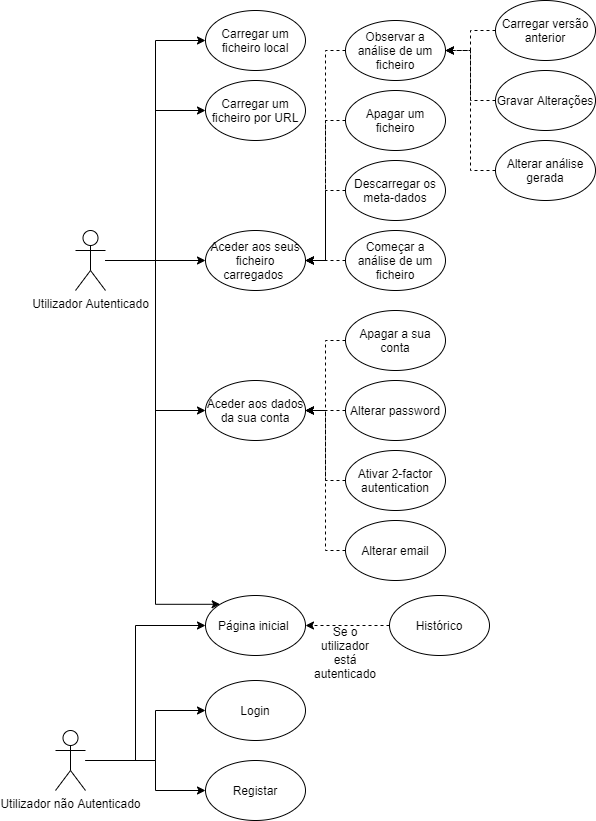
The draw.io diagram imagesRelatorio/usecases.png in DuarteFelicio/DataAnnotation, before a commit. Source tidied: cells renumbered, new cells last; positions are measured from the earlier drawing's top-left corner, leaving out a move shared by most shapes. Source of this version:
```xml
<mxGraphModel>
  <root>
    <mxCell id="0" />
    <mxCell id="1" parent="0" />
    <mxCell id="2" style="edgeStyle=orthogonalEdgeStyle;rounded=0;jettySize=auto;html=1;entryX=0;entryY=0.5;entryDx=0;entryDy=0;" parent="1" edge="1" source="7" target="30">
      <mxGeometry relative="1" as="geometry" />
    </mxCell>
    <mxCell id="3" style="edgeStyle=orthogonalEdgeStyle;rounded=0;jettySize=auto;html=1;entryX=0;entryY=0.5;entryDx=0;entryDy=0;" parent="1" edge="1" source="7" target="29">
      <mxGeometry relative="1" as="geometry" />
    </mxCell>
    <mxCell id="4" style="edgeStyle=orthogonalEdgeStyle;rounded=0;jettySize=auto;html=1;entryX=0;entryY=0.5;entryDx=0;entryDy=0;" parent="1" edge="1" source="7" target="15">
      <mxGeometry relative="1" as="geometry" />
    </mxCell>
    <mxCell id="5" style="edgeStyle=orthogonalEdgeStyle;rounded=0;jettySize=auto;html=1;entryX=0;entryY=0.5;entryDx=0;entryDy=0;" parent="1" edge="1" source="7" target="33">
      <mxGeometry relative="1" as="geometry" />
    </mxCell>
    <mxCell id="6" style="edgeStyle=orthogonalEdgeStyle;rounded=0;jettySize=auto;html=1;entryX=0;entryY=0;entryDx=0;entryDy=0;" parent="1" edge="1" source="7" target="40">
      <mxGeometry relative="1" as="geometry">
        <Array as="points">
          <mxPoint x="100" y="260" />
          <mxPoint x="100" y="604" />
        </Array>
      </mxGeometry>
    </mxCell>
    <mxCell id="7" value="Utilizador Autenticado" style="shape=umlActor;verticalLabelPosition=bottom;labelBackgroundColor=#ffffff;verticalAlign=top;html=1;outlineConnect=0;" parent="1" vertex="1">
      <mxGeometry x="20" y="230" width="30" height="60" as="geometry" />
    </mxCell>
    <mxCell id="8" style="edgeStyle=orthogonalEdgeStyle;rounded=0;jettySize=auto;html=1;entryX=0;entryY=0.5;entryDx=0;entryDy=0;" parent="1" edge="1" source="11" target="12">
      <mxGeometry relative="1" as="geometry">
        <Array as="points">
          <mxPoint x="100" y="760" />
          <mxPoint x="100" y="710" />
        </Array>
      </mxGeometry>
    </mxCell>
    <mxCell id="9" style="edgeStyle=orthogonalEdgeStyle;rounded=0;jettySize=auto;html=1;entryX=0;entryY=0.5;entryDx=0;entryDy=0;" parent="1" edge="1" source="11" target="40">
      <mxGeometry relative="1" as="geometry">
        <Array as="points">
          <mxPoint x="80" y="760" />
          <mxPoint x="80" y="625" />
        </Array>
      </mxGeometry>
    </mxCell>
    <mxCell id="10" style="edgeStyle=orthogonalEdgeStyle;rounded=0;jettySize=auto;html=1;entryX=0;entryY=0.5;entryDx=0;entryDy=0;" parent="1" edge="1" source="11" target="16">
      <mxGeometry relative="1" as="geometry">
        <Array as="points">
          <mxPoint x="100" y="760" />
          <mxPoint x="100" y="790" />
        </Array>
      </mxGeometry>
    </mxCell>
    <mxCell id="11" value="Utilizador não Autenticado" style="shape=umlActor;verticalLabelPosition=bottom;labelBackgroundColor=#ffffff;verticalAlign=top;html=1;outlineConnect=0;" parent="1" vertex="1">
      <mxGeometry y="730" width="30" height="60" as="geometry" />
    </mxCell>
    <mxCell id="12" value="Login" style="ellipse;whiteSpace=wrap;html=1;" parent="1" vertex="1">
      <mxGeometry x="150" y="680" width="100" height="60" as="geometry" />
    </mxCell>
    <mxCell id="13" style="edgeStyle=orthogonalEdgeStyle;rounded=0;jettySize=auto;html=1;entryX=1;entryY=0.5;entryDx=0;entryDy=0;dashed=1;" parent="1" edge="1" source="14" target="30">
      <mxGeometry relative="1" as="geometry" />
    </mxCell>
    <mxCell id="14" value="Começar a análise de um ficheiro" style="ellipse;whiteSpace=wrap;html=1;" parent="1" vertex="1">
      <mxGeometry x="290" y="230" width="100" height="60" as="geometry" />
    </mxCell>
    <mxCell id="15" value="Carregar um ficheiro local" style="ellipse;whiteSpace=wrap;html=1;" parent="1" vertex="1">
      <mxGeometry x="150" y="10" width="100" height="60" as="geometry" />
    </mxCell>
    <mxCell id="16" value="Registar" style="ellipse;whiteSpace=wrap;html=1;" parent="1" vertex="1">
      <mxGeometry x="150" y="760" width="100" height="60" as="geometry" />
    </mxCell>
    <mxCell id="17" style="edgeStyle=orthogonalEdgeStyle;rounded=0;jettySize=auto;html=1;entryX=1;entryY=0.5;entryDx=0;entryDy=0;dashed=1;" parent="1" edge="1" source="18" target="30">
      <mxGeometry relative="1" as="geometry" />
    </mxCell>
    <mxCell id="18" value="Apagar um ficheiro" style="ellipse;whiteSpace=wrap;html=1;" parent="1" vertex="1">
      <mxGeometry x="290" y="90" width="100" height="60" as="geometry" />
    </mxCell>
    <mxCell id="19" style="edgeStyle=orthogonalEdgeStyle;rounded=0;jettySize=auto;html=1;entryX=1;entryY=0.5;entryDx=0;entryDy=0;dashed=1;" parent="1" edge="1" source="20" target="30">
      <mxGeometry relative="1" as="geometry" />
    </mxCell>
    <mxCell id="20" value="Descarregar os meta-dados" style="ellipse;whiteSpace=wrap;html=1;" parent="1" vertex="1">
      <mxGeometry x="290" y="160" width="100" height="60" as="geometry" />
    </mxCell>
    <mxCell id="21" style="edgeStyle=orthogonalEdgeStyle;rounded=0;jettySize=auto;html=1;entryX=1;entryY=0.5;entryDx=0;entryDy=0;dashed=1;" parent="1" edge="1" source="22" target="30">
      <mxGeometry relative="1" as="geometry" />
    </mxCell>
    <mxCell id="22" value="Observar a análise de um ficheiro" style="ellipse;whiteSpace=wrap;html=1;" parent="1" vertex="1">
      <mxGeometry x="290" y="20" width="100" height="60" as="geometry" />
    </mxCell>
    <mxCell id="23" style="edgeStyle=orthogonalEdgeStyle;rounded=0;jettySize=auto;html=1;entryX=1;entryY=0.5;entryDx=0;entryDy=0;dashed=1;" parent="1" edge="1" source="24" target="22">
      <mxGeometry relative="1" as="geometry" />
    </mxCell>
    <mxCell id="24" value="Gravar Alterações" style="ellipse;whiteSpace=wrap;html=1;" parent="1" vertex="1">
      <mxGeometry x="440" y="70" width="100" height="60" as="geometry" />
    </mxCell>
    <mxCell id="25" style="edgeStyle=orthogonalEdgeStyle;rounded=0;jettySize=auto;html=1;entryX=1;entryY=0.5;entryDx=0;entryDy=0;dashed=1;" parent="1" edge="1" source="26" target="22">
      <mxGeometry relative="1" as="geometry" />
    </mxCell>
    <mxCell id="26" value="Alterar análise gerada" style="ellipse;whiteSpace=wrap;html=1;" parent="1" vertex="1">
      <mxGeometry x="440" y="140" width="100" height="60" as="geometry" />
    </mxCell>
    <mxCell id="27" style="edgeStyle=orthogonalEdgeStyle;rounded=0;jettySize=auto;html=1;entryX=1;entryY=0.5;entryDx=0;entryDy=0;dashed=1;" parent="1" edge="1" source="28" target="22">
      <mxGeometry relative="1" as="geometry" />
    </mxCell>
    <mxCell id="28" value="Carregar versão anterior" style="ellipse;whiteSpace=wrap;html=1;" parent="1" vertex="1">
      <mxGeometry x="440" width="100" height="60" as="geometry" />
    </mxCell>
    <mxCell id="29" value="Carregar um ficheiro por URL" style="ellipse;whiteSpace=wrap;html=1;" parent="1" vertex="1">
      <mxGeometry x="150" y="80" width="100" height="60" as="geometry" />
    </mxCell>
    <mxCell id="30" value="Aceder aos seus ficheiro carregados&amp;nbsp;" style="ellipse;whiteSpace=wrap;html=1;" parent="1" vertex="1">
      <mxGeometry x="150" y="230" width="100" height="60" as="geometry" />
    </mxCell>
    <mxCell id="31" style="edgeStyle=orthogonalEdgeStyle;rounded=0;jettySize=auto;html=1;dashed=1;" parent="1" edge="1" source="32">
      <mxGeometry relative="1" as="geometry">
        <mxPoint x="250" y="410" as="targetPoint" />
      </mxGeometry>
    </mxCell>
    <mxCell id="32" value="Alterar password" style="ellipse;whiteSpace=wrap;html=1;" parent="1" vertex="1">
      <mxGeometry x="290" y="380" width="100" height="60" as="geometry" />
    </mxCell>
    <mxCell id="33" value="Aceder aos dados da sua conta" style="ellipse;whiteSpace=wrap;html=1;" parent="1" vertex="1">
      <mxGeometry x="150" y="380" width="100" height="60" as="geometry" />
    </mxCell>
    <mxCell id="34" style="edgeStyle=orthogonalEdgeStyle;rounded=0;jettySize=auto;html=1;entryX=1;entryY=0.5;entryDx=0;entryDy=0;dashed=1;" parent="1" edge="1" source="35" target="33">
      <mxGeometry relative="1" as="geometry" />
    </mxCell>
    <mxCell id="35" value="Apagar a sua conta" style="ellipse;whiteSpace=wrap;html=1;" parent="1" vertex="1">
      <mxGeometry x="290" y="310" width="100" height="60" as="geometry" />
    </mxCell>
    <mxCell id="36" style="edgeStyle=orthogonalEdgeStyle;rounded=0;jettySize=auto;html=1;entryX=1;entryY=0.5;entryDx=0;entryDy=0;dashed=1;" parent="1" edge="1" source="37" target="33">
      <mxGeometry relative="1" as="geometry" />
    </mxCell>
    <mxCell id="37" value="Ativar 2-factor autentication" style="ellipse;whiteSpace=wrap;html=1;" parent="1" vertex="1">
      <mxGeometry x="290" y="450" width="100" height="60" as="geometry" />
    </mxCell>
    <mxCell id="38" style="edgeStyle=orthogonalEdgeStyle;rounded=0;jettySize=auto;html=1;entryX=1;entryY=0.5;entryDx=0;entryDy=0;dashed=1;" parent="1" edge="1" source="39" target="33">
      <mxGeometry relative="1" as="geometry" />
    </mxCell>
    <mxCell id="39" value="Alterar email" style="ellipse;whiteSpace=wrap;html=1;" parent="1" vertex="1">
      <mxGeometry x="290" y="520" width="100" height="60" as="geometry" />
    </mxCell>
    <mxCell id="40" value="Página inicial&amp;nbsp;" style="ellipse;whiteSpace=wrap;html=1;" parent="1" vertex="1">
      <mxGeometry x="150" y="595" width="100" height="60" as="geometry" />
    </mxCell>
    <mxCell id="41" style="edgeStyle=orthogonalEdgeStyle;rounded=0;jettySize=auto;html=1;entryX=1;entryY=0.5;entryDx=0;entryDy=0;dashed=1;" parent="1" edge="1" source="42" target="40">
      <mxGeometry relative="1" as="geometry" />
    </mxCell>
    <mxCell id="42" value="Histórico" style="ellipse;whiteSpace=wrap;html=1;" parent="1" vertex="1">
      <mxGeometry x="334" y="595" width="100" height="60" as="geometry" />
    </mxCell>
    <mxCell id="43" value="Se o utilizador está autenticado" style="text;html=1;strokeColor=none;fillColor=none;align=center;verticalAlign=middle;whiteSpace=wrap;rounded=0;" parent="1" vertex="1">
      <mxGeometry x="270" y="642" width="40" height="20" as="geometry" />
    </mxCell>
  </root>
</mxGraphModel>
```
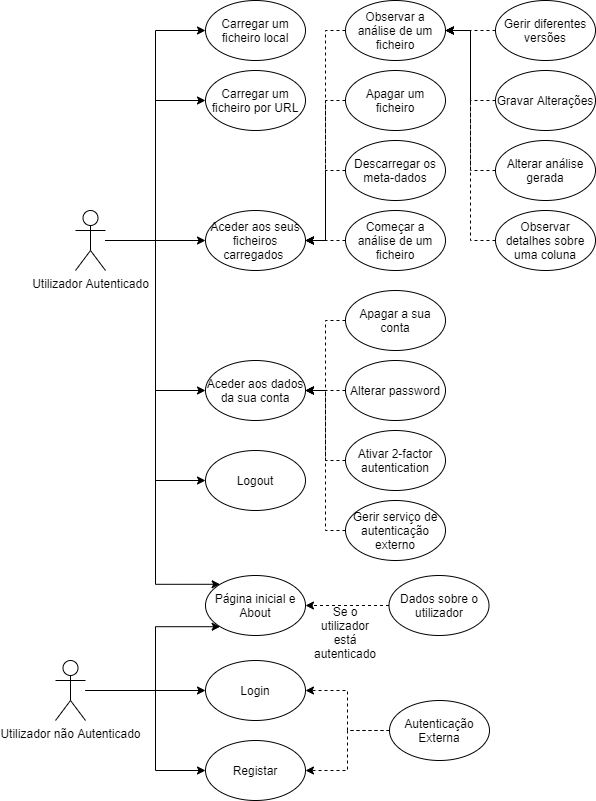
After the commit.

Diff of the diagram source:
```diff
@@ -26,31 +26,10 @@
       <mxGeometry x="20" y="230" width="30" height="60" as="geometry" />
     </mxCell>
     <mxCell id="8" style="edgeStyle=orthogonalEdgeStyle;rounded=0;jettySize=auto;html=1;entryX=0;entryY=0.5;entryDx=0;entryDy=0;" parent="1" edge="1" source="11" target="12">
-      <mxGeometry relative="1" as="geometry">
-        <Array as="points">
-          <mxPoint x="100" y="760" />
-          <mxPoint x="100" y="710" />
-        </Array>
-      </mxGeometry>
+      <mxGeometry relative="1" as="geometry" />
     </mxCell>
-    <mxCell id="9" style="edgeStyle=orthogonalEdgeStyle;rounded=0;jettySize=auto;html=1;entryX=0;entryY=0.5;entryDx=0;entryDy=0;" parent="1" edge="1" source="11" target="40">
-      <mxGeometry relative="1" as="geometry">
-        <Array as="points">
-          <mxPoint x="80" y="760" />
-          <mxPoint x="80" y="625" />
-        </Array>
-      </mxGeometry>
-    </mxCell>
-    <mxCell id="10" style="edgeStyle=orthogonalEdgeStyle;rounded=0;jettySize=auto;html=1;entryX=0;entryY=0.5;entryDx=0;entryDy=0;" parent="1" edge="1" source="11" target="16">
-      <mxGeometry relative="1" as="geometry">
-        <Array as="points">
-          <mxPoint x="100" y="760" />
-          <mxPoint x="100" y="790" />
-        </Array>
-      </mxGeometry>
-    </mxCell>
     <mxCell id="11" value="Utilizador não Autenticado" style="shape=umlActor;verticalLabelPosition=bottom;labelBackgroundColor=#ffffff;verticalAlign=top;html=1;outlineConnect=0;" parent="1" vertex="1">
-      <mxGeometry y="730" width="30" height="60" as="geometry" />
+      <mxGeometry y="680" width="30" height="60" as="geometry" />
     </mxCell>
     <mxCell id="12" value="Login" style="ellipse;whiteSpace=wrap;html=1;" parent="1" vertex="1">
       <mxGeometry x="150" y="680" width="100" height="60" as="geometry" />
@@ -62,7 +41,7 @@
       <mxGeometry x="290" y="230" width="100" height="60" as="geometry" />
     </mxCell>
     <mxCell id="15" value="Carregar um ficheiro local" style="ellipse;whiteSpace=wrap;html=1;" parent="1" vertex="1">
-      <mxGeometry x="150" y="10" width="100" height="60" as="geometry" />
+      <mxGeometry x="150" y="20" width="100" height="60" as="geometry" />
     </mxCell>
     <mxCell id="16" value="Registar" style="ellipse;whiteSpace=wrap;html=1;" parent="1" vertex="1">
       <mxGeometry x="150" y="760" width="100" height="60" as="geometry" />
@@ -89,24 +68,24 @@
       <mxGeometry relative="1" as="geometry" />
     </mxCell>
     <mxCell id="24" value="Gravar Alterações" style="ellipse;whiteSpace=wrap;html=1;" parent="1" vertex="1">
-      <mxGeometry x="440" y="70" width="100" height="60" as="geometry" />
+      <mxGeometry x="440" y="90" width="100" height="60" as="geometry" />
     </mxCell>
     <mxCell id="25" style="edgeStyle=orthogonalEdgeStyle;rounded=0;jettySize=auto;html=1;entryX=1;entryY=0.5;entryDx=0;entryDy=0;dashed=1;" parent="1" edge="1" source="26" target="22">
       <mxGeometry relative="1" as="geometry" />
     </mxCell>
     <mxCell id="26" value="Alterar análise gerada" style="ellipse;whiteSpace=wrap;html=1;" parent="1" vertex="1">
-      <mxGeometry x="440" y="140" width="100" height="60" as="geometry" />
+      <mxGeometry x="440" y="160" width="100" height="60" as="geometry" />
     </mxCell>
     <mxCell id="27" style="edgeStyle=orthogonalEdgeStyle;rounded=0;jettySize=auto;html=1;entryX=1;entryY=0.5;entryDx=0;entryDy=0;dashed=1;" parent="1" edge="1" source="28" target="22">
       <mxGeometry relative="1" as="geometry" />
     </mxCell>
-    <mxCell id="28" value="Carregar versão anterior" style="ellipse;whiteSpace=wrap;html=1;" parent="1" vertex="1">
-      <mxGeometry x="440" width="100" height="60" as="geometry" />
+    <mxCell id="28" value="Gerir diferentes versões" style="ellipse;whiteSpace=wrap;html=1;" parent="1" vertex="1">
+      <mxGeometry x="440" y="20" width="100" height="60" as="geometry" />
     </mxCell>
     <mxCell id="29" value="Carregar um ficheiro por URL" style="ellipse;whiteSpace=wrap;html=1;" parent="1" vertex="1">
-      <mxGeometry x="150" y="80" width="100" height="60" as="geometry" />
+      <mxGeometry x="150" y="90" width="100" height="60" as="geometry" />
     </mxCell>
-    <mxCell id="30" value="Aceder aos seus ficheiro carregados&amp;nbsp;" style="ellipse;whiteSpace=wrap;html=1;" parent="1" vertex="1">
+    <mxCell id="30" value="Aceder aos seus ficheiros carregados&amp;nbsp;" style="ellipse;whiteSpace=wrap;html=1;" parent="1" vertex="1">
       <mxGeometry x="150" y="230" width="100" height="60" as="geometry" />
     </mxCell>
     <mxCell id="31" style="edgeStyle=orthogonalEdgeStyle;rounded=0;jettySize=auto;html=1;dashed=1;" parent="1" edge="1" source="32">
@@ -135,20 +114,58 @@
     <mxCell id="38" style="edgeStyle=orthogonalEdgeStyle;rounded=0;jettySize=auto;html=1;entryX=1;entryY=0.5;entryDx=0;entryDy=0;dashed=1;" parent="1" edge="1" source="39" target="33">
       <mxGeometry relative="1" as="geometry" />
     </mxCell>
-    <mxCell id="39" value="Alterar email" style="ellipse;whiteSpace=wrap;html=1;" parent="1" vertex="1">
+    <mxCell id="39" value="Gerir serviço de autenticação externo" style="ellipse;whiteSpace=wrap;html=1;" parent="1" vertex="1">
       <mxGeometry x="290" y="520" width="100" height="60" as="geometry" />
     </mxCell>
-    <mxCell id="40" value="Página inicial&amp;nbsp;" style="ellipse;whiteSpace=wrap;html=1;" parent="1" vertex="1">
+    <mxCell id="40" value="Página inicial e About" style="ellipse;whiteSpace=wrap;html=1;" parent="1" vertex="1">
       <mxGeometry x="150" y="595" width="100" height="60" as="geometry" />
     </mxCell>
     <mxCell id="41" style="edgeStyle=orthogonalEdgeStyle;rounded=0;jettySize=auto;html=1;entryX=1;entryY=0.5;entryDx=0;entryDy=0;dashed=1;" parent="1" edge="1" source="42" target="40">
       <mxGeometry relative="1" as="geometry" />
     </mxCell>
-    <mxCell id="42" value="Histórico" style="ellipse;whiteSpace=wrap;html=1;" parent="1" vertex="1">
-      <mxGeometry x="334" y="595" width="100" height="60" as="geometry" />
+    <mxCell id="42" value="Dados sobre o utilizador" style="ellipse;whiteSpace=wrap;html=1;" parent="1" vertex="1">
+      <mxGeometry x="333.5" y="595" width="100" height="60" as="geometry" />
     </mxCell>
     <mxCell id="43" value="Se o utilizador está autenticado" style="text;html=1;strokeColor=none;fillColor=none;align=center;verticalAlign=middle;whiteSpace=wrap;rounded=0;" parent="1" vertex="1">
       <mxGeometry x="270" y="642" width="40" height="20" as="geometry" />
     </mxCell>
+    <mxCell id="44" style="edgeStyle=orthogonalEdgeStyle;rounded=0;jettySize=auto;html=1;entryX=1;entryY=0.5;entryDx=0;entryDy=0;dashed=1;exitX=0;exitY=0.5;exitDx=0;exitDy=0;" parent="1" edge="1" source="45" target="22">
+      <mxGeometry relative="1" as="geometry" />
+    </mxCell>
+    <mxCell id="45" value="Observar detalhes sobre uma coluna" style="ellipse;whiteSpace=wrap;html=1;" parent="1" vertex="1">
+      <mxGeometry x="440" y="230" width="100" height="60" as="geometry" />
+    </mxCell>
+    <mxCell id="46" value="Logout" style="ellipse;whiteSpace=wrap;html=1;" parent="1" vertex="1">
+      <mxGeometry x="150" y="470" width="100" height="60" as="geometry" />
+    </mxCell>
+    <mxCell id="47" style="edgeStyle=orthogonalEdgeStyle;rounded=0;jettySize=auto;html=1;entryX=0;entryY=0.5;entryDx=0;entryDy=0;" parent="1" edge="1" source="7" target="46">
+      <mxGeometry relative="1" as="geometry" />
+    </mxCell>
+    <mxCell id="9" style="edgeStyle=orthogonalEdgeStyle;rounded=0;jettySize=auto;html=1;entryX=0;entryY=1;entryDx=0;entryDy=0;" parent="1" edge="1" source="11" target="40">
+      <mxGeometry relative="1" as="geometry">
+        <Array as="points">
+          <mxPoint x="100" y="710" />
+          <mxPoint x="100" y="646" />
+        </Array>
+      </mxGeometry>
+    </mxCell>
+    <mxCell id="48" style="edgeStyle=orthogonalEdgeStyle;rounded=0;jettySize=auto;html=1;entryX=0;entryY=0.5;entryDx=0;entryDy=0;" parent="1" edge="1" target="16">
+      <mxGeometry relative="1" as="geometry">
+        <mxPoint x="30" y="710" as="sourcePoint" />
+        <Array as="points">
+          <mxPoint x="100" y="710" />
+          <mxPoint x="100" y="790" />
+        </Array>
+      </mxGeometry>
+    </mxCell>
+    <mxCell id="49" value="Autenticação Externa" style="ellipse;whiteSpace=wrap;html=1;" parent="1" vertex="1">
+      <mxGeometry x="334" y="720" width="100" height="60" as="geometry" />
+    </mxCell>
+    <mxCell id="50" style="edgeStyle=orthogonalEdgeStyle;rounded=0;jettySize=auto;html=1;entryX=1;entryY=0.5;entryDx=0;entryDy=0;dashed=1;exitX=0;exitY=0.5;exitDx=0;exitDy=0;" parent="1" edge="1" source="49" target="12">
+      <mxGeometry relative="1" as="geometry" />
+    </mxCell>
+    <mxCell id="51" style="edgeStyle=orthogonalEdgeStyle;rounded=0;jettySize=auto;html=1;entryX=1;entryY=0.5;entryDx=0;entryDy=0;dashed=1;exitX=0;exitY=0.5;exitDx=0;exitDy=0;" parent="1" edge="1" source="49" target="16">
+      <mxGeometry relative="1" as="geometry" />
+    </mxCell>
   </root>
 </mxGraphModel>
```
